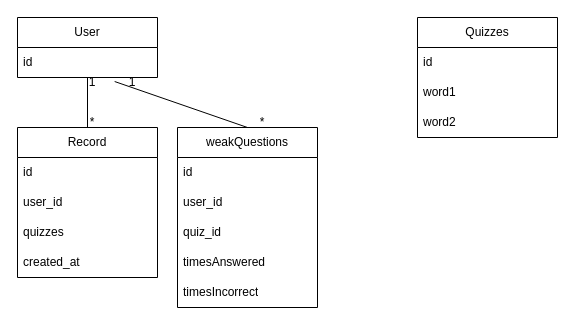
This is docs/er.drawio from Akikaze1119/acuearlab-nextjs, a draw.io file, before an edit. Source tidied: cells renumbered, new cells numbered last; positions are measured from the earlier drawing's top-left corner, leaving out a move shared by most shapes. Both pictures are drawn from the tidied source at 100%, with x=0, y=0 at pixel (17, 17).
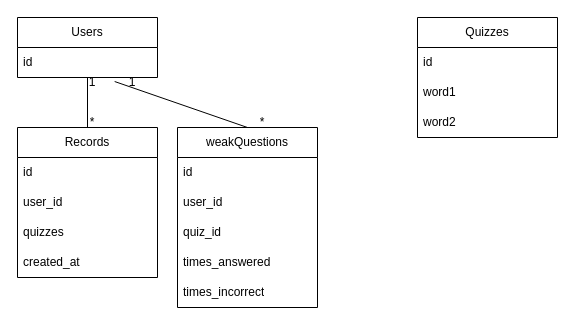
The same page after the edit.

The change refers to these unchanged cells:
```xml
<mxCell id="13" value="weakQuestions" style="swimlane;fontStyle=0;horizontal=1;startSize=30;whiteSpace=wrap;html=1;" parent="1" vertex="1">
  <mxGeometry x="160" y="110" width="140" height="180" as="geometry" />
</mxCell>
```

Diff of the diagram source:
```diff
@@
-    <mxCell id="2" value="User" style="swimlane;fontStyle=0;horizontal=1;startSize=30;whiteSpace=wrap;html=1;" parent="1" vertex="1">
+    <mxCell id="2" value="Users" style="swimlane;fontStyle=0;horizontal=1;startSize=30;whiteSpace=wrap;html=1;" parent="1" vertex="1">
       <mxGeometry width="140" height="60" as="geometry" />
     </mxCell>
@@
-    <mxCell id="8" value="Record" style="swimlane;fontStyle=0;horizontal=1;startSize=30;whiteSpace=wrap;html=1;" parent="1" vertex="1">
+    <mxCell id="8" value="Records" style="swimlane;fontStyle=0;horizontal=1;startSize=30;whiteSpace=wrap;html=1;" parent="1" vertex="1">
       <mxGeometry y="110" width="140" height="150" as="geometry" />
     </mxCell>
@@
-    <mxCell id="17" value="timesAnswered" style="text;strokeColor=none;fillColor=none;align=left;verticalAlign=middle;spacingLeft=4;spacingRight=4;overflow=hidden;whiteSpace=wrap;html=1;" parent="13" vertex="1">
+    <mxCell id="17" value="times_answered" style="text;strokeColor=none;fillColor=none;align=left;verticalAlign=middle;spacingLeft=4;spacingRight=4;overflow=hidden;whiteSpace=wrap;html=1;" parent="13" vertex="1">
       <mxGeometry y="120" width="140" height="30" as="geometry" />
     </mxCell>
-    <mxCell id="18" value="timesIncorrect" style="text;strokeColor=none;fillColor=none;align=left;verticalAlign=middle;spacingLeft=4;spacingRight=4;overflow=hidden;whiteSpace=wrap;html=1;" parent="13" vertex="1">
+    <mxCell id="18" value="times_incorrect" style="text;strokeColor=none;fillColor=none;align=left;verticalAlign=middle;spacingLeft=4;spacingRight=4;overflow=hidden;whiteSpace=wrap;html=1;" parent="13" vertex="1">
       <mxGeometry y="150" width="140" height="30" as="geometry" />
     </mxCell>
```
